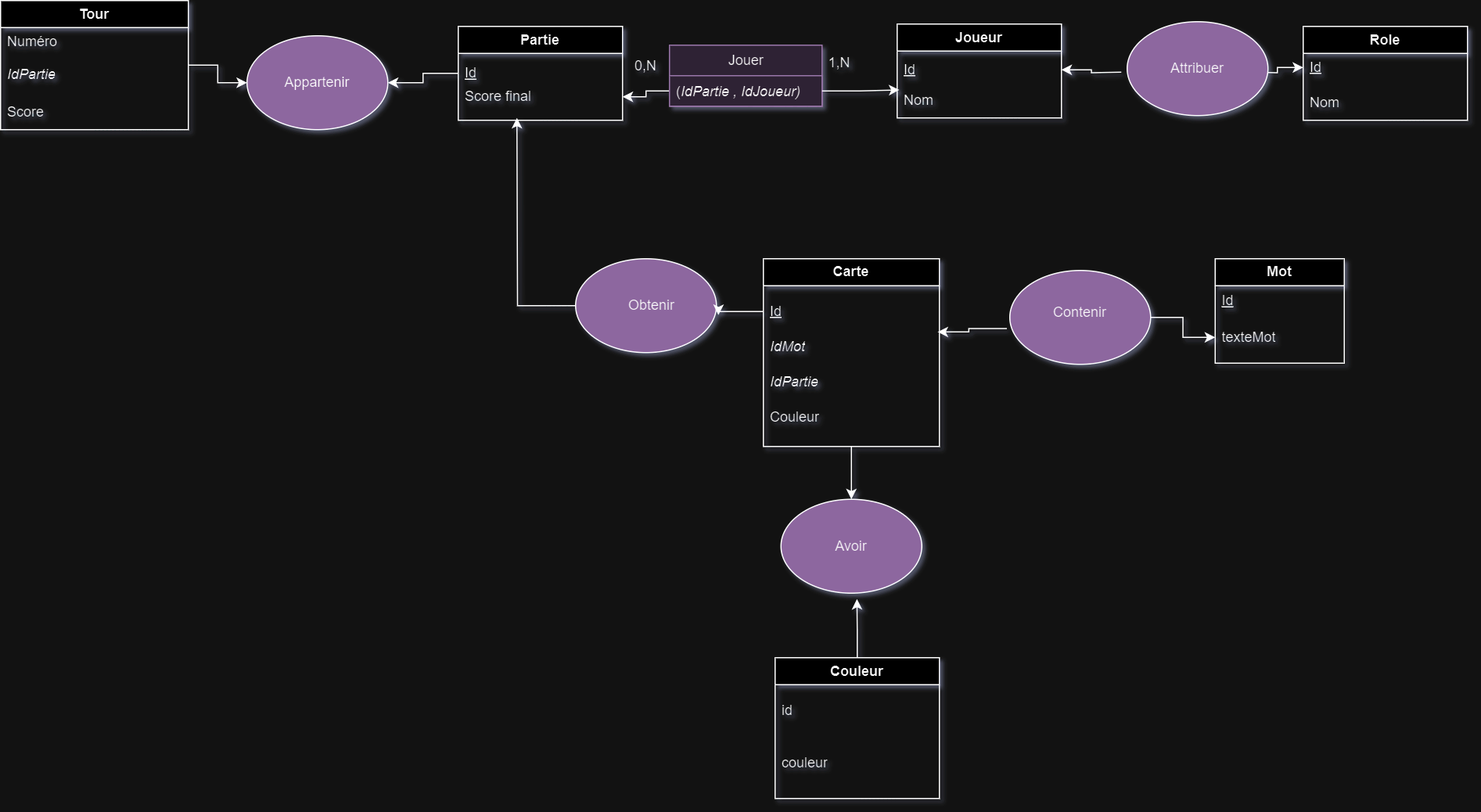
Above: Diagramme_Entités.drawio.png in Asuraa3/POLYNAMES (draw.io), before the change. Source tidied: cells renumbered, new cells last; positions are measured from the earlier drawing's top-left corner, leaving out a move shared by most shapes.
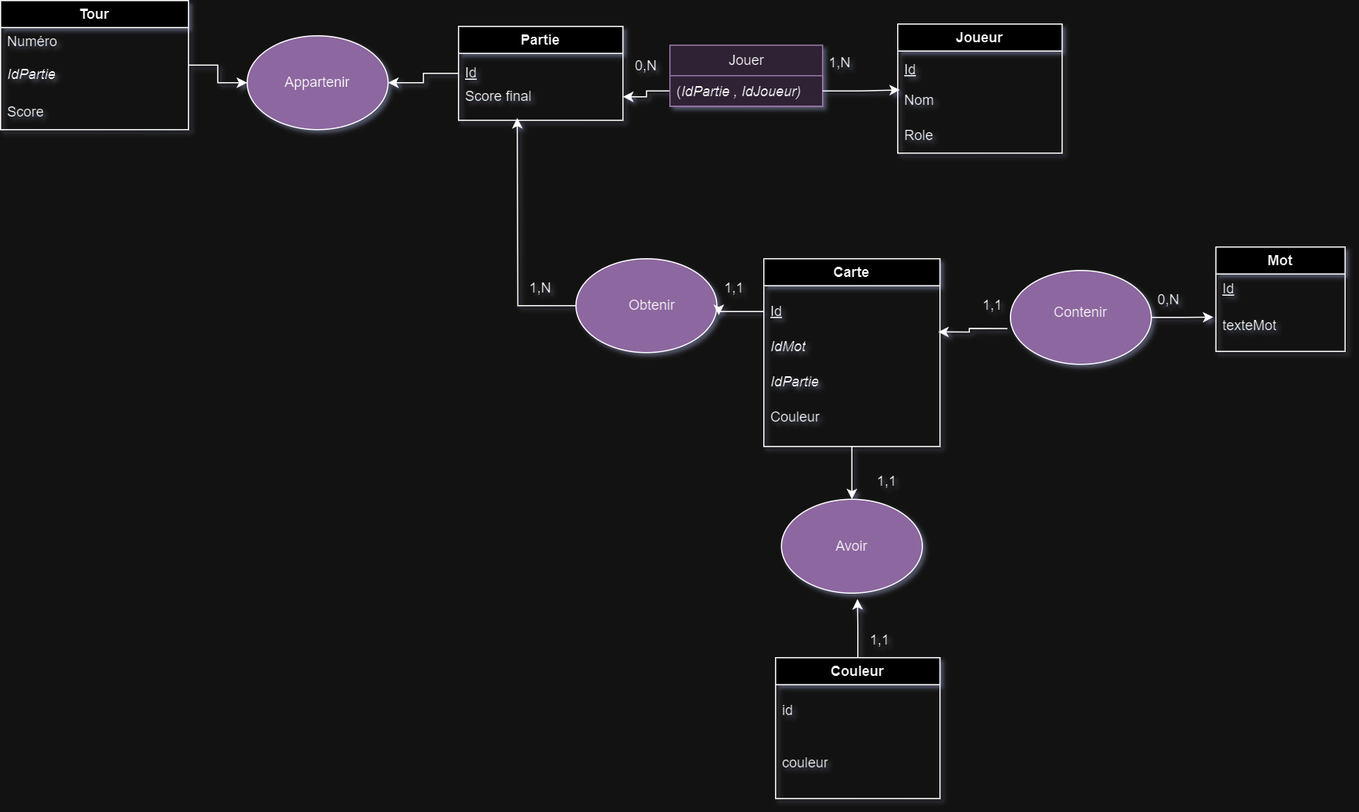
The same diagram one commit later.

Change to the diagram source:
```diff
@@ -2,15 +2,6 @@
   <root>
     <mxCell id="0" />
     <mxCell id="1" parent="0" />
-    <mxCell id="2" value="Role" style="swimlane;whiteSpace=wrap;html=1;" parent="1" vertex="1">
-      <mxGeometry x="1110" y="22" width="140" height="80" as="geometry" />
-    </mxCell>
-    <mxCell id="3" value="&lt;u&gt;Id&lt;/u&gt;" style="text;strokeColor=none;fillColor=none;align=left;verticalAlign=middle;spacingLeft=4;spacingRight=4;overflow=hidden;points=[[0,0.5],[1,0.5]];portConstraint=eastwest;whiteSpace=wrap;html=1;" parent="2" vertex="1">
-      <mxGeometry y="20" width="140" height="30" as="geometry" />
-    </mxCell>
-    <mxCell id="4" value="Nom" style="text;strokeColor=none;fillColor=none;align=left;verticalAlign=middle;spacingLeft=4;spacingRight=4;overflow=hidden;whiteSpace=wrap;html=1;" parent="2" vertex="1">
-      <mxGeometry y="50" width="140" height="30" as="geometry" />
-    </mxCell>
     <mxCell id="5" value="Partie" style="swimlane;whiteSpace=wrap;html=1;" parent="1" vertex="1">
       <mxGeometry x="390" y="22" width="140" height="80" as="geometry" />
     </mxCell>
@@ -21,7 +12,7 @@
       <mxGeometry y="25" width="140" height="30" as="geometry" />
     </mxCell>
     <mxCell id="8" value="Mot" style="swimlane;whiteSpace=wrap;html=1;" parent="1" vertex="1">
-      <mxGeometry x="1035" y="220" width="110" height="89" as="geometry" />
+      <mxGeometry x="1035" y="210" width="110" height="89" as="geometry" />
     </mxCell>
     <mxCell id="9" value="&lt;u&gt;Id&lt;/u&gt;" style="text;strokeColor=none;fillColor=none;align=left;verticalAlign=middle;spacingLeft=4;spacingRight=4;overflow=hidden;whiteSpace=wrap;html=1;" parent="8" vertex="1">
       <mxGeometry y="21" width="110" height="30" as="geometry" />
@@ -30,7 +21,7 @@
       <mxGeometry y="52" width="110" height="30" as="geometry" />
     </mxCell>
     <mxCell id="11" value="Joueur" style="swimlane;whiteSpace=wrap;html=1;" parent="1" vertex="1">
-      <mxGeometry x="764" y="20" width="140" height="80" as="geometry" />
+      <mxGeometry x="764" y="20" width="140" height="110" as="geometry" />
     </mxCell>
     <mxCell id="12" value="&lt;u&gt;Id&lt;/u&gt;" style="text;strokeColor=none;fillColor=none;align=left;verticalAlign=middle;spacingLeft=4;spacingRight=4;overflow=hidden;points=[[0,0.5],[1,0.5]];portConstraint=eastwest;whiteSpace=wrap;html=1;" parent="11" vertex="1">
       <mxGeometry y="24" width="140" height="30" as="geometry" />
@@ -38,6 +29,9 @@
     <mxCell id="13" value="Nom" style="text;strokeColor=none;fillColor=none;align=left;verticalAlign=middle;spacingLeft=4;spacingRight=4;overflow=hidden;points=[[0,0.5],[1,0.5]];portConstraint=eastwest;whiteSpace=wrap;html=1;" parent="11" vertex="1">
       <mxGeometry y="50" width="140" height="30" as="geometry" />
     </mxCell>
+    <mxCell id="2" value="Role" style="text;strokeColor=none;fillColor=none;align=left;verticalAlign=middle;spacingLeft=4;spacingRight=4;overflow=hidden;whiteSpace=wrap;html=1;" parent="11" vertex="1">
+      <mxGeometry y="80" width="140" height="30" as="geometry" />
+    </mxCell>
     <mxCell id="14" style="edgeStyle=orthogonalEdgeStyle;rounded=0;jettySize=auto;html=1;exitX=0.5;exitY=1;exitDx=0;exitDy=0;entryX=0.5;entryY=0;entryDx=0;entryDy=0;" parent="1" edge="1" source="15" target="49">
       <mxGeometry relative="1" as="geometry" />
     </mxCell>
@@ -89,28 +83,9 @@
     <mxCell id="30" style="edgeStyle=orthogonalEdgeStyle;rounded=0;jettySize=auto;html=1;exitX=1;exitY=0.5;exitDx=0;exitDy=0;entryX=0.014;entryY=0.203;entryDx=0;entryDy=0;entryPerimeter=0;" parent="1" edge="1" source="29" target="13">
       <mxGeometry relative="1" as="geometry" />
     </mxCell>
-    <mxCell id="31" style="edgeStyle=orthogonalEdgeStyle;rounded=0;jettySize=auto;html=1;exitX=1;exitY=0.75;exitDx=0;exitDy=0;entryX=0;entryY=0.5;entryDx=0;entryDy=0;" parent="1" edge="1" target="3">
-      <mxGeometry relative="1" as="geometry">
-        <mxPoint x="1065" y="61" as="sourcePoint" />
-      </mxGeometry>
-    </mxCell>
-    <mxCell id="32" style="edgeStyle=orthogonalEdgeStyle;rounded=0;jettySize=auto;html=1;exitX=0;exitY=0.5;exitDx=0;exitDy=0;entryX=1;entryY=0.5;entryDx=0;entryDy=0;" parent="1" edge="1" target="12">
-      <mxGeometry relative="1" as="geometry">
-        <mxPoint x="955" y="61" as="sourcePoint" />
-      </mxGeometry>
-    </mxCell>
-    <mxCell id="33" style="edgeStyle=orthogonalEdgeStyle;rounded=0;jettySize=auto;html=1;exitX=1;exitY=0.5;exitDx=0;exitDy=0;entryX=0;entryY=0.5;entryDx=0;entryDy=0;" parent="1" edge="1" source="37" target="10">
-      <mxGeometry relative="1" as="geometry" />
-    </mxCell>
     <mxCell id="34" style="edgeStyle=orthogonalEdgeStyle;rounded=0;jettySize=auto;html=1;exitX=-0.021;exitY=0.618;exitDx=0;exitDy=0;entryX=1.06;entryY=0.079;entryDx=0;entryDy=0;entryPerimeter=0;exitPerimeter=0;" parent="1" edge="1" source="37" target="17">
       <mxGeometry relative="1" as="geometry" />
     </mxCell>
-    <mxCell id="35" style="ellipse;whiteSpace=wrap;html=1;fillColor=#A680B8;" parent="1" vertex="1">
-      <mxGeometry x="960" y="18" width="120" height="80" as="geometry" />
-    </mxCell>
-    <mxCell id="36" value="Attribuer" style="text;strokeColor=none;align=center;fillColor=none;html=1;verticalAlign=middle;whiteSpace=wrap;rounded=0;" parent="1" vertex="1">
-      <mxGeometry x="990" y="43" width="60" height="30" as="geometry" />
-    </mxCell>
     <mxCell id="37" style="ellipse;whiteSpace=wrap;html=1;fillColor=#A680B8;" parent="1" vertex="1">
       <mxGeometry x="860" y="230" width="120" height="80" as="geometry" />
     </mxCell>
@@ -160,5 +135,26 @@
     <mxCell id="51" style="edgeStyle=orthogonalEdgeStyle;rounded=0;jettySize=auto;html=1;exitX=0;exitY=0.5;exitDx=0;exitDy=0;entryX=1;entryY=0.5;entryDx=0;entryDy=0;" parent="1" edge="1" source="7" target="41">
       <mxGeometry relative="1" as="geometry" />
     </mxCell>
+    <mxCell id="52" value="1,1&lt;span style=&quot;color: rgba(0, 0, 0, 0); font-family: monospace; font-size: 0px; text-align: start; text-wrap: nowrap;&quot;&gt;%3CmxGraphModel%3E%3Croot%3E%3CmxCell%20id%3D%220%22%2F%3E%3CmxCell%20id%3D%221%22%20parent%3D%220%22%2F%3E%3CmxCell%20id%3D%222%22%20value%3D%220%2CN%22%20style%3D%22text%3BstrokeColor%3Dnone%3Balign%3Dcenter%3BfillColor%3Dnone%3Bhtml%3D1%3BverticalAlign%3Dmiddle%3BwhiteSpace%3Dwrap%3Brounded%3D0%3B%22%20vertex%3D%221%22%20parent%3D%221%22%3E%3CmxGeometry%20x%3D%22-335%22%20y%3D%22-679%22%20width%3D%2230%22%20height%3D%2230%22%20as%3D%22geometry%22%2F%3E%3C%2FmxCell%3E%3C%2Froot%3E%3C%2FmxGraphModel%3E&lt;/span&gt;" style="text;strokeColor=none;align=center;fillColor=none;html=1;verticalAlign=middle;whiteSpace=wrap;rounded=0;" parent="1" vertex="1">
+      <mxGeometry x="734" y="530" width="30" height="30" as="geometry" />
+    </mxCell>
+    <mxCell id="53" value="1,1&lt;span style=&quot;color: rgba(0, 0, 0, 0); font-family: monospace; font-size: 0px; text-align: start; text-wrap: nowrap;&quot;&gt;%3CmxGraphModel%3E%3Croot%3E%3CmxCell%20id%3D%220%22%2F%3E%3CmxCell%20id%3D%221%22%20parent%3D%220%22%2F%3E%3CmxCell%20id%3D%222%22%20value%3D%220%2CN%22%20style%3D%22text%3BstrokeColor%3Dnone%3Balign%3Dcenter%3BfillColor%3Dnone%3Bhtml%3D1%3BverticalAlign%3Dmiddle%3BwhiteSpace%3Dwrap%3Brounded%3D0%3B%22%20vertex%3D%221%22%20parent%3D%221%22%3E%3CmxGeometry%20x%3D%22-335%22%20y%3D%22-679%22%20width%3D%2230%22%20height%3D%2230%22%20as%3D%22geometry%22%2F%3E%3C%2FmxCell%3E%3C%2Froot%3E%3C%2FmxGraphModel%3E&lt;/span&gt;" style="text;strokeColor=none;align=center;fillColor=none;html=1;verticalAlign=middle;whiteSpace=wrap;rounded=0;" parent="1" vertex="1">
+      <mxGeometry x="740" y="395" width="30" height="30" as="geometry" />
+    </mxCell>
+    <mxCell id="54" value="1,1&lt;span style=&quot;color: rgba(0, 0, 0, 0); font-family: monospace; font-size: 0px; text-align: start; text-wrap: nowrap;&quot;&gt;%3CmxGraphModel%3E%3Croot%3E%3CmxCell%20id%3D%220%22%2F%3E%3CmxCell%20id%3D%221%22%20parent%3D%220%22%2F%3E%3CmxCell%20id%3D%222%22%20value%3D%220%2CN%22%20style%3D%22text%3BstrokeColor%3Dnone%3Balign%3Dcenter%3BfillColor%3Dnone%3Bhtml%3D1%3BverticalAlign%3Dmiddle%3BwhiteSpace%3Dwrap%3Brounded%3D0%3B%22%20vertex%3D%221%22%20parent%3D%221%22%3E%3CmxGeometry%20x%3D%22-335%22%20y%3D%22-679%22%20width%3D%2230%22%20height%3D%2230%22%20as%3D%22geometry%22%2F%3E%3C%2FmxCell%3E%3C%2Froot%3E%3C%2FmxGraphModel%3E&lt;/span&gt;" style="text;strokeColor=none;align=center;fillColor=none;html=1;verticalAlign=middle;whiteSpace=wrap;rounded=0;" parent="1" vertex="1">
+      <mxGeometry x="830" y="245" width="30" height="30" as="geometry" />
+    </mxCell>
+    <mxCell id="55" value="0,N" style="text;strokeColor=none;align=center;fillColor=none;html=1;verticalAlign=middle;whiteSpace=wrap;rounded=0;" parent="1" vertex="1">
+      <mxGeometry x="980" y="239.5" width="30" height="30" as="geometry" />
+    </mxCell>
+    <mxCell id="33" style="edgeStyle=orthogonalEdgeStyle;rounded=0;jettySize=auto;html=1;exitX=1;exitY=0.5;exitDx=0;exitDy=0;entryX=-0.019;entryY=0.259;entryDx=0;entryDy=0;entryPerimeter=0;" parent="1" edge="1" source="37" target="10">
+      <mxGeometry relative="1" as="geometry" />
+    </mxCell>
+    <mxCell id="56" value="1,N" style="text;strokeColor=none;align=center;fillColor=none;html=1;verticalAlign=middle;whiteSpace=wrap;rounded=0;" parent="1" vertex="1">
+      <mxGeometry x="445" y="230" width="30" height="30" as="geometry" />
+    </mxCell>
+    <mxCell id="57" value="1,1&lt;span style=&quot;color: rgba(0, 0, 0, 0); font-family: monospace; font-size: 0px; text-align: start; text-wrap: nowrap;&quot;&gt;%3CmxGraphModel%3E%3Croot%3E%3CmxCell%20id%3D%220%22%2F%3E%3CmxCell%20id%3D%221%22%20parent%3D%220%22%2F%3E%3CmxCell%20id%3D%222%22%20value%3D%220%2CN%22%20style%3D%22text%3BstrokeColor%3Dnone%3Balign%3Dcenter%3BfillColor%3Dnone%3Bhtml%3D1%3BverticalAlign%3Dmiddle%3BwhiteSpace%3Dwrap%3Brounded%3D0%3B%22%20vertex%3D%221%22%20parent%3D%221%22%3E%3CmxGeometry%20x%3D%22-335%22%20y%3D%22-679%22%20width%3D%2230%22%20height%3D%2230%22%20as%3D%22geometry%22%2F%3E%3C%2FmxCell%3E%3C%2Froot%3E%3C%2FmxGraphModel%3E&lt;/span&gt;" style="text;strokeColor=none;align=center;fillColor=none;html=1;verticalAlign=middle;whiteSpace=wrap;rounded=0;" parent="1" vertex="1">
+      <mxGeometry x="610" y="230" width="30" height="30" as="geometry" />
+    </mxCell>
   </root>
 </mxGraphModel>
```
